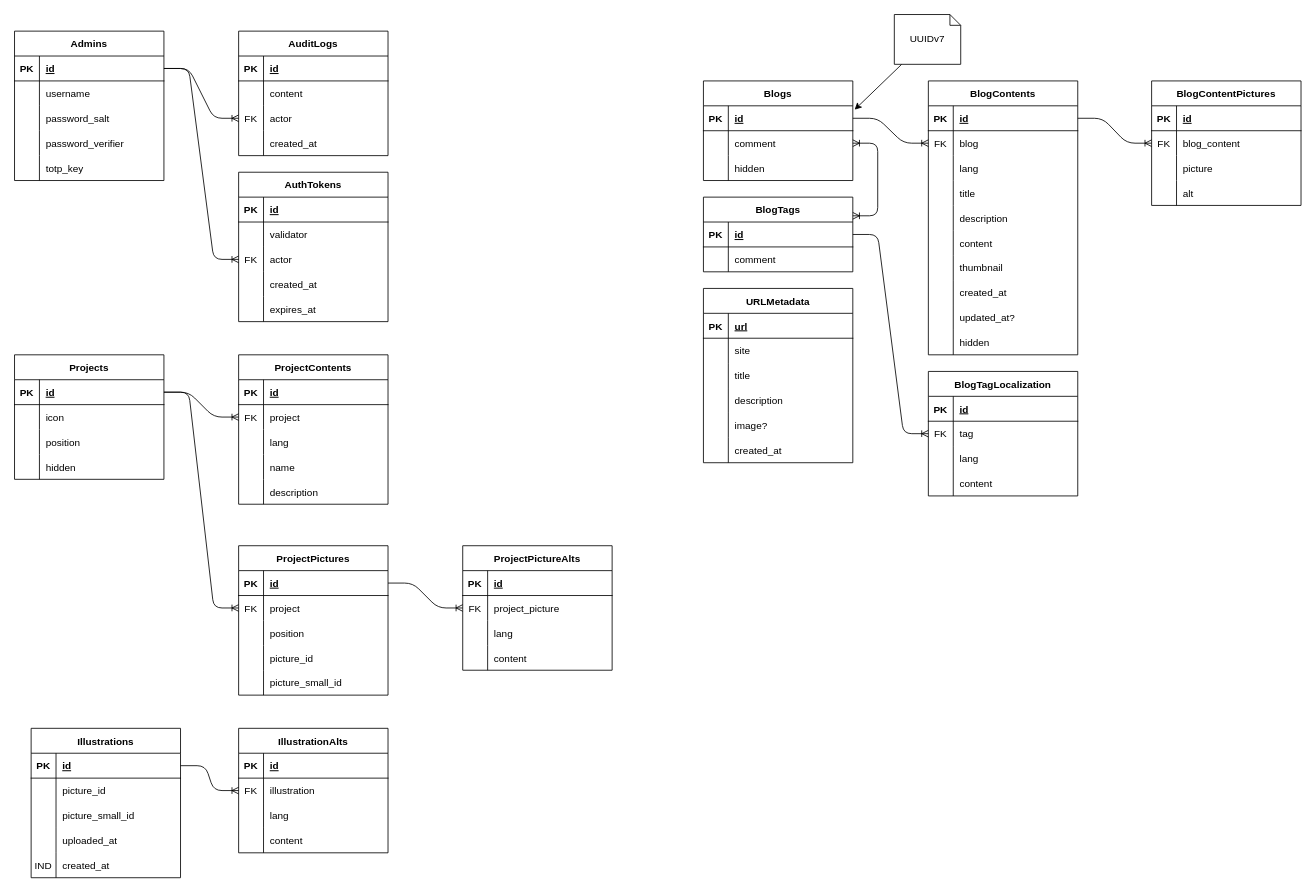
Above: resources/db-schema.drawio in RobotoSkunk/rs-web-server (draw.io), before the change. Source tidied: cells renumbered, new cells numbered last; positions are measured from the earlier drawing's top-left corner, leaving out a move shared by most shapes. Both pictures are drawn from the tidied source at 83%, with x=0, y=0 at pixel (14, 14).
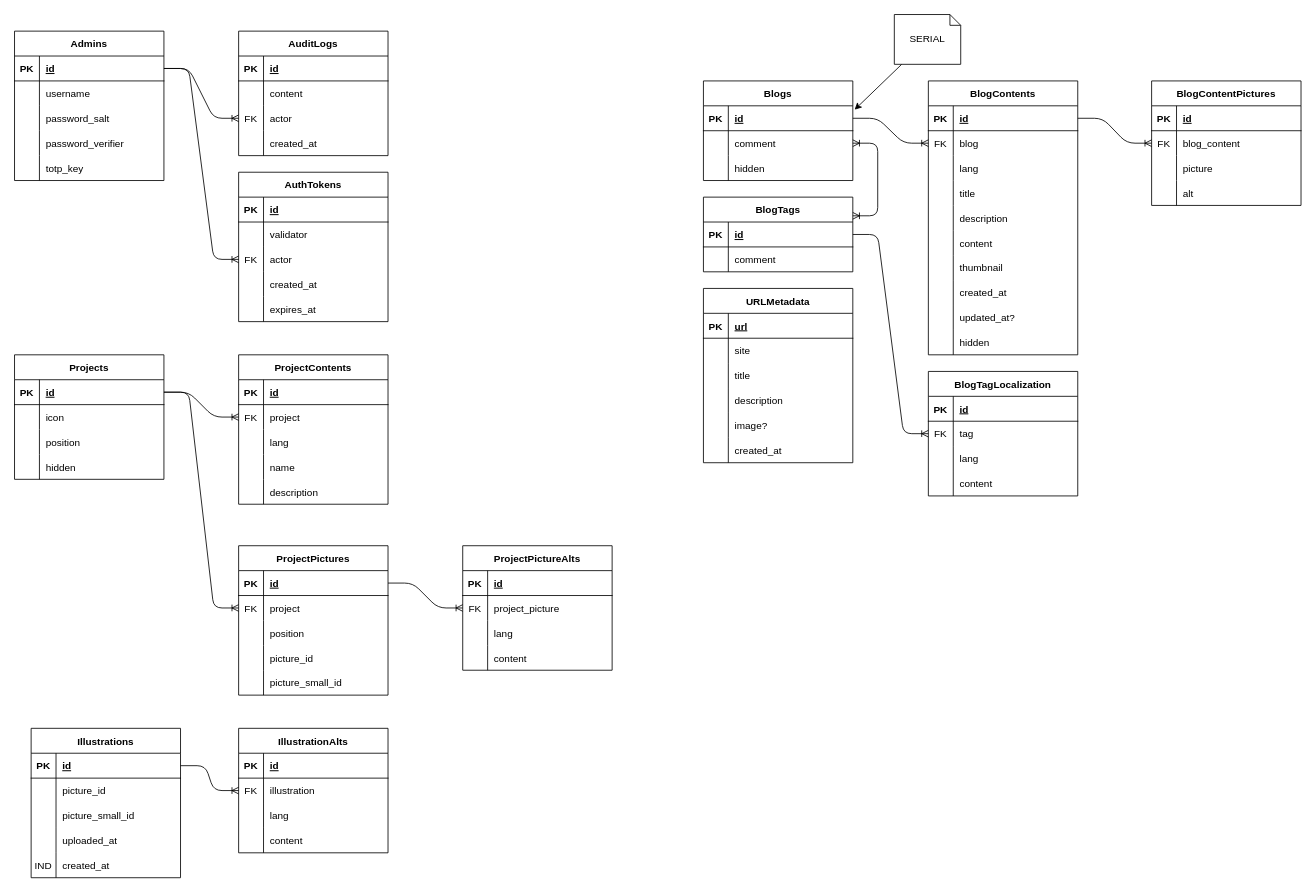
After the change.

Commit message:
Replaced UUIDv7 IDs with SERIAL autoincremental ID numbers

An 32 bits integer should be enough for a public blogging system,
using UUIDv7 for IDs is not necessary.

What changed in the source:
```diff
@@
-    <mxCell id="216" value="UUIDv7" style="shape=note;size=13;whiteSpace=wrap;html=1;" parent="1" vertex="1">
+    <mxCell id="216" value="SERIAL" style="shape=note;size=13;whiteSpace=wrap;html=1;" parent="1" vertex="1">
       <mxGeometry x="1060" width="80" height="60" as="geometry" />
     </mxCell>
```
